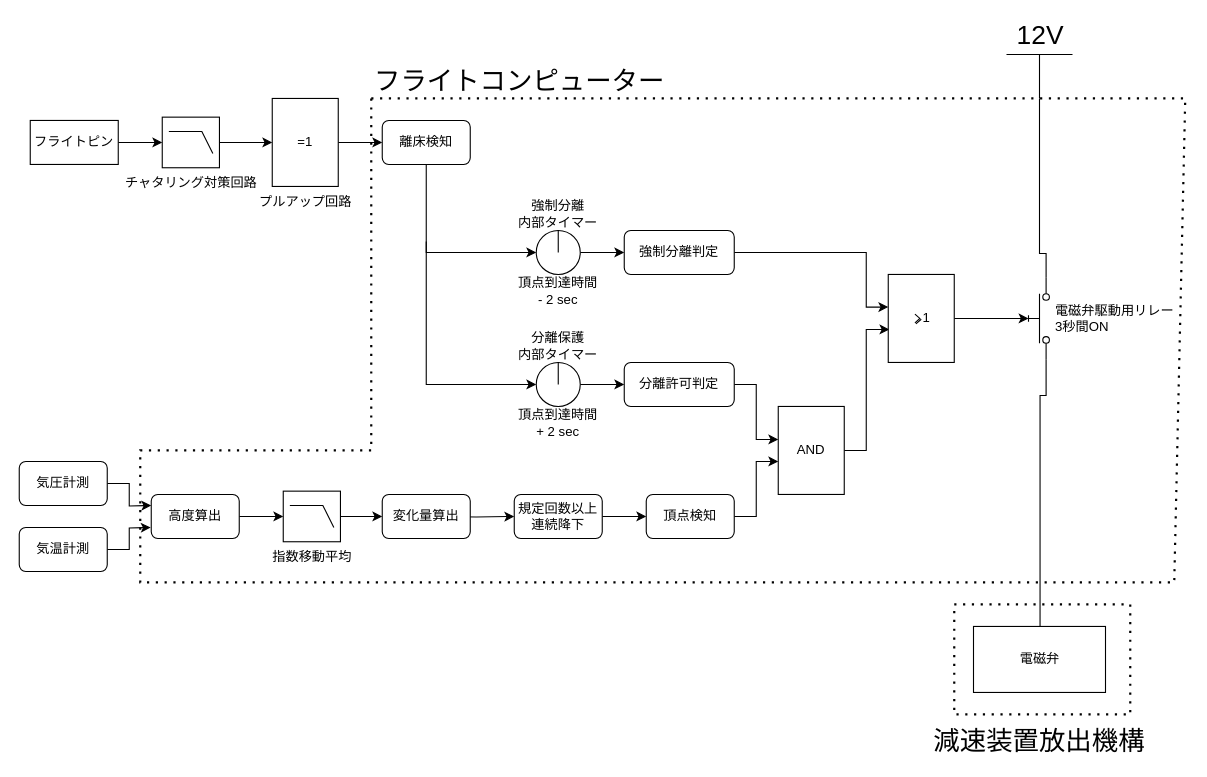
This is Documents/Materials/images/Logics/SeparationControlLogic.drawio from tokai-student-rocket-project/H-58-Avionics, a draw.io file, before an edit. Source tidied: cells renumbered, new cells numbered last; positions are measured from the earlier drawing's top-left corner, leaving out a move shared by most shapes. Both pictures are drawn from the tidied source at 110%, with x=0, y=0 at pixel (19, 54).
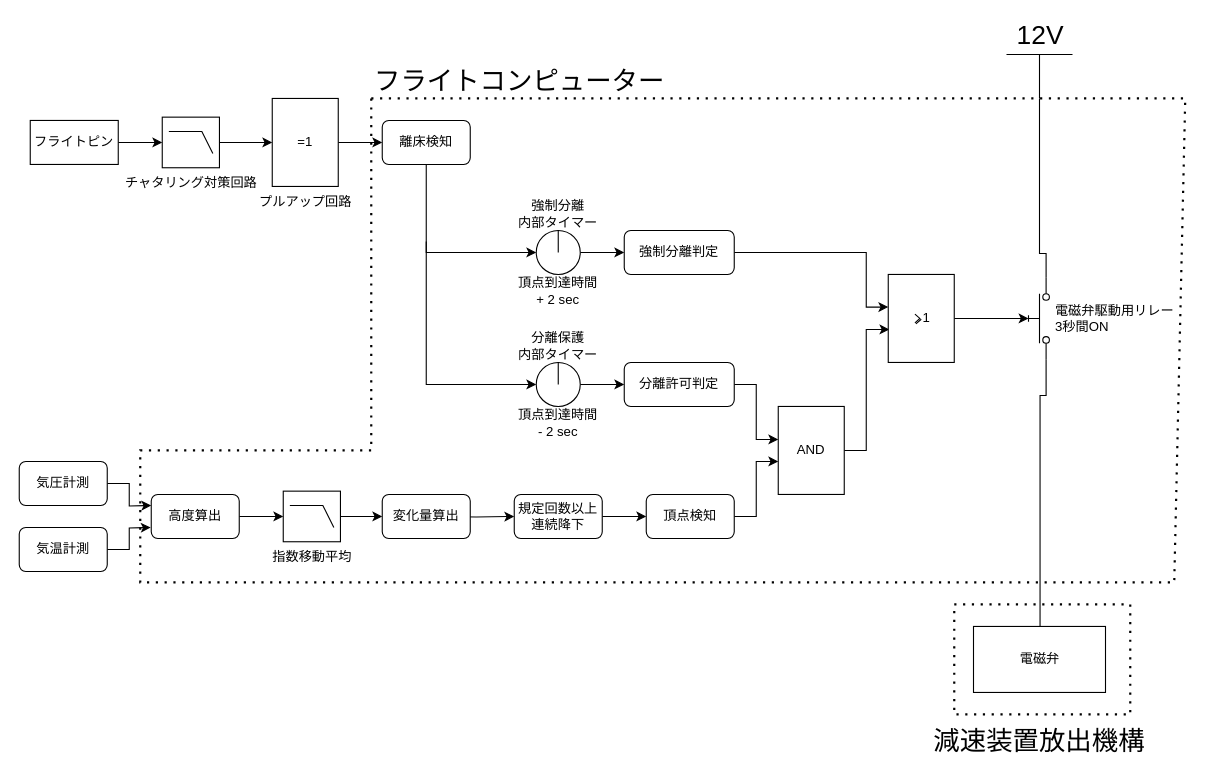
Above is the later version.

Commit message (it also covers changes not shown here):
分離制御の論理回路図を修正

What changed in the source:
```diff
@@
-    <mxCell id="14" value="頂点到達時間&lt;br&gt;- 2 sec" style="text;html=1;strokeColor=none;fillColor=none;align=center;verticalAlign=middle;whiteSpace=wrap;rounded=0;" parent="1" vertex="1">
+    <mxCell id="14" value="頂点到達時間&lt;br&gt;+ 2 sec" style="text;html=1;strokeColor=none;fillColor=none;align=center;verticalAlign=middle;whiteSpace=wrap;rounded=0;" parent="1" vertex="1">
       <mxGeometry x="450" y="200" width="80" height="30" as="geometry" />
     </mxCell>
@@
-    <mxCell id="19" value="頂点到達時間&lt;br&gt;+ 2 sec" style="text;html=1;strokeColor=none;fillColor=none;align=center;verticalAlign=middle;whiteSpace=wrap;rounded=0;" parent="1" vertex="1">
+    <mxCell id="19" value="頂点到達時間&lt;br&gt;- 2 sec" style="text;html=1;strokeColor=none;fillColor=none;align=center;verticalAlign=middle;whiteSpace=wrap;rounded=0;" parent="1" vertex="1">
       <mxGeometry x="450" y="320" width="80" height="30" as="geometry" />
     </mxCell>
```
